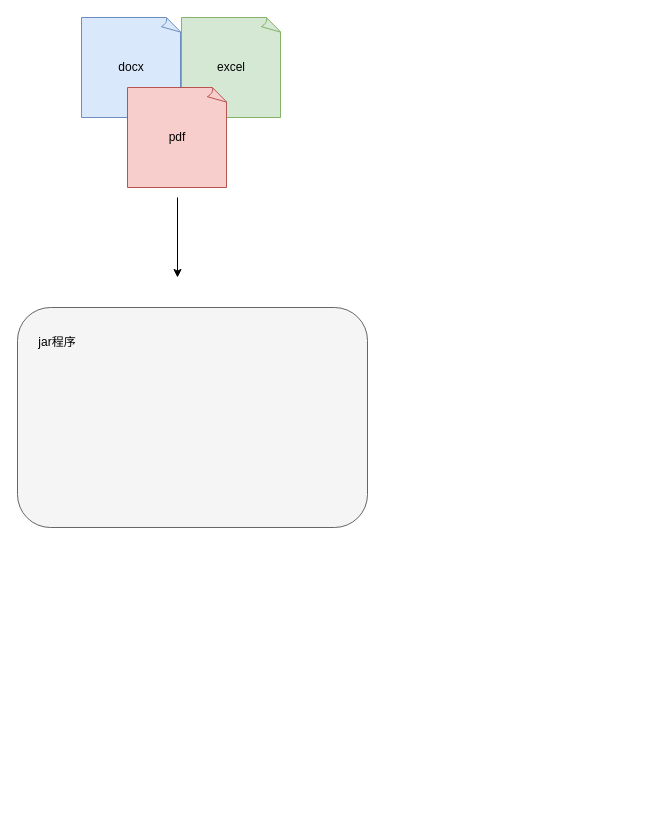
Before: draw.io/解析文档插入向量数据库.drawio in KeatonLi/pictures, a draw.io diagram. Source tidied: cells renumbered, new cells numbered last; positions are measured from the earlier drawing's top-left corner, leaving out a move shared by most shapes. Both pictures are drawn from the tidied source at 100%, with x=0, y=0 at pixel (17, 17).
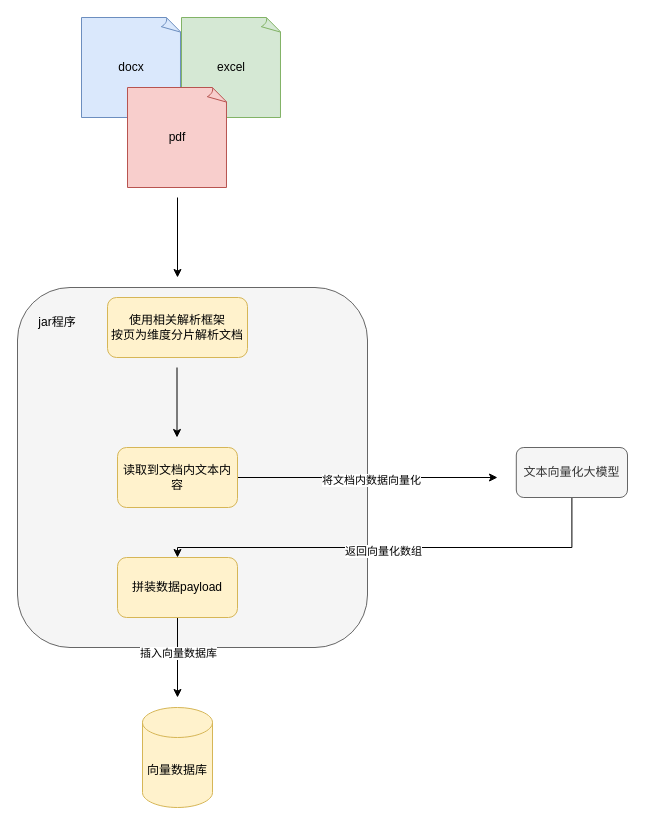
The same page after the edit.

Commit message (it also covers changes not shown here):
更新解析文档插入向量数据库.drawio

The edit, as a diff of the source:
```diff
@@
     <mxCell id="6" style="rounded=1;whiteSpace=wrap;html=1;fillColor=#f5f5f5;fontColor=#333333;strokeColor=#666666;" parent="1" vertex="1">
-      <mxGeometry y="290" width="350" height="220" as="geometry" />
+      <mxGeometry y="270" width="350" height="360" as="geometry" />
     </mxCell>
     <mxCell id="7" value="jar程序" style="text;html=1;align=center;verticalAlign=middle;whiteSpace=wrap;rounded=0;" parent="1" vertex="1">
-      <mxGeometry x="10" y="310" width="60" height="30" as="geometry" />
+      <mxGeometry x="10" y="290" width="60" height="30" as="geometry" />
     </mxCell>
+    <mxCell id="8" value="&lt;div&gt;使用相关解析框架&lt;/div&gt;按页为维度分片解析文档" style="rounded=1;whiteSpace=wrap;html=1;fillColor=#fff2cc;strokeColor=#d6b656;" parent="1" vertex="1">
+      <mxGeometry x="90" y="280" width="140" height="60" as="geometry" />
+    </mxCell>
+    <mxCell id="9" style="edgeStyle=orthogonalEdgeStyle;rounded=0;jettySize=auto;html=1;" parent="1" edge="1" source="11">
+      <mxGeometry relative="1" as="geometry">
+        <mxPoint x="480" y="460" as="targetPoint" />
+      </mxGeometry>
+    </mxCell>
+    <mxCell id="10" value="将文档内数据向量化" style="edgeLabel;html=1;align=center;verticalAlign=middle;" parent="9" vertex="1">
+      <mxGeometry x="0.03" y="-2" relative="1" as="geometry" />
+    </mxCell>
+    <mxCell id="11" value="读取到文档内文本内容" style="rounded=1;whiteSpace=wrap;html=1;fillColor=#fff2cc;strokeColor=#d6b656;" parent="1" vertex="1">
+      <mxGeometry x="100" y="430" width="120" height="60" as="geometry" />
+    </mxCell>
+    <mxCell id="12" style="endArrow=classic;html=1;rounded=0;" parent="1" edge="1">
+      <mxGeometry relative="1" as="geometry">
+        <mxPoint x="159.5" y="350" as="sourcePoint" />
+        <mxPoint x="159.5" y="420" as="targetPoint" />
+      </mxGeometry>
+    </mxCell>
+    <mxCell id="13" value="向量数据库" style="shape=cylinder3;whiteSpace=wrap;html=1;boundedLbl=1;backgroundOutline=1;size=15;fillColor=#fff2cc;strokeColor=#d6b656;" parent="1" vertex="1">
+      <mxGeometry x="125" y="690" width="70" height="100" as="geometry" />
+    </mxCell>
+    <mxCell id="14" style="edgeStyle=orthogonalEdgeStyle;rounded=0;jettySize=auto;html=1;" parent="1" edge="1" source="16" target="19">
+      <mxGeometry relative="1" as="geometry">
+        <Array as="points">
+          <mxPoint x="555" y="530" />
+          <mxPoint x="160" y="530" />
+        </Array>
+      </mxGeometry>
+    </mxCell>
+    <mxCell id="15" value="返回向量化数组" style="edgeLabel;html=1;align=center;verticalAlign=middle;" parent="14" vertex="1">
+      <mxGeometry x="0.05" y="3" relative="1" as="geometry" />
+    </mxCell>
+    <mxCell id="16" value="文本向量化大模型" style="rounded=1;whiteSpace=wrap;html=1;fillColor=#f5f5f5;strokeColor=#666666;fontColor=#333333;" parent="1" vertex="1">
+      <mxGeometry x="498.8" y="430" width="111.2" height="50" as="geometry" />
+    </mxCell>
+    <mxCell id="17" style="edgeStyle=orthogonalEdgeStyle;rounded=0;jettySize=auto;html=1;" parent="1" edge="1" source="19">
+      <mxGeometry relative="1" as="geometry">
+        <mxPoint x="160" y="680" as="targetPoint" />
+      </mxGeometry>
+    </mxCell>
+    <mxCell id="18" value="插入向量数据库" style="edgeLabel;html=1;align=center;verticalAlign=middle;" parent="17" vertex="1">
+      <mxGeometry x="-0.13" relative="1" as="geometry" />
+    </mxCell>
+    <mxCell id="19" value="拼装数据payload" style="rounded=1;whiteSpace=wrap;html=1;fillColor=#fff2cc;strokeColor=#d6b656;" parent="1" vertex="1">
+      <mxGeometry x="100" y="540" width="120" height="60" as="geometry" />
+    </mxCell>
```
